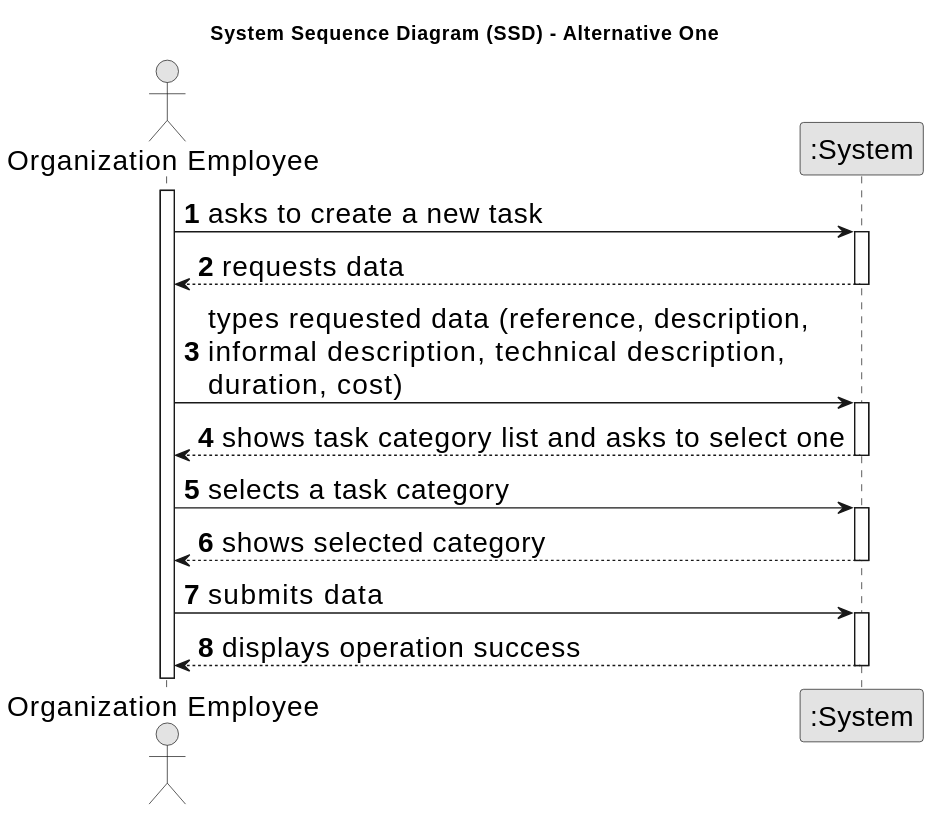
Earlier version of the PlantUML export docs/sprint01/us013/01.requirements-engineering/svg/us013-system-sequence-diagram-alternative-one.svg (TiagoMagalhaes1232507/Testando-projeto). Source of this version:
```plantuml
@startuml
skinparamlocked defaultFontSize 20
skinparam monochrome true
skinparam packageStyle rectangle
skinparam shadowing false

title System Sequence Diagram (SSD) - Alternative One

autonumber

actor "Organization Employee" as Employee
participant ":System" as System

activate Employee

    Employee -> System : asks to create a new task
    activate System

        System --> Employee : requests data
    deactivate System

    Employee -> System : types requested data (reference, description, \ninformal description, technical description,\nduration, cost)
    activate System

        System --> Employee : shows task category list and asks to select one
    deactivate System

    Employee -> System : selects a task category
    activate System

        System --> Employee : shows selected category
    deactivate System

    Employee -> System : submits data
    activate System

        System --> Employee : displays operation success
    deactivate System
@enduml
```
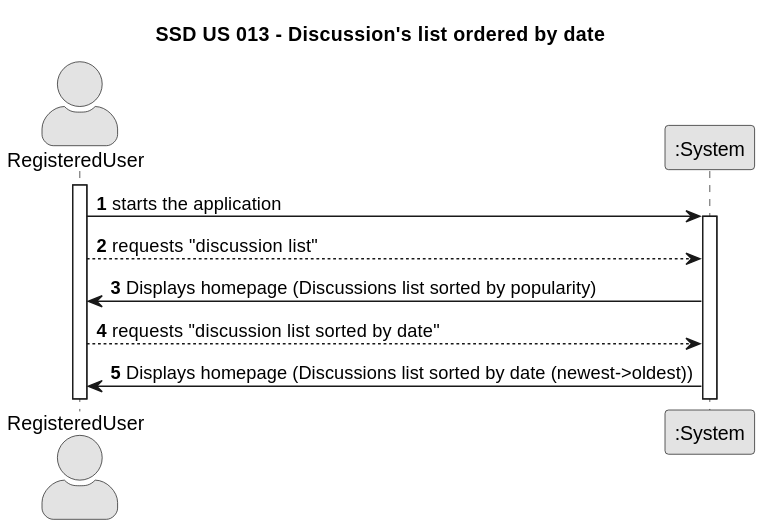
After the change.

The edit, as a diff of the source:
```diff
@@ -1,39 +1,24 @@
 @startuml
-skinparamlocked defaultFontSize 20
 skinparam monochrome true
 skinparam packageStyle rectangle
 skinparam shadowing false
+skinparam actorStyle awesome
 
-title System Sequence Diagram (SSD) - Alternative One
+title SSD US 013 - Discussion's list ordered by date
 
 autonumber
 
-actor "Organization Employee" as Employee
+actor "RegisteredUser" as User
 participant ":System" as System
 
-activate Employee
+activate User
 
-    Employee -> System : asks to create a new task
-    activate System
+  User -> System: starts the application
+  activate System
 
-        System --> Employee : requests data
-    deactivate System
+    User --> System: requests "discussion list"
+  System -> User: Displays homepage (Discussions list sorted by popularity)
 
-    Employee -> System : types requested data (reference, description, \ninformal description, technical description,\nduration, cost)
-    activate System
-
-        System --> Employee : shows task category list and asks to select one
-    deactivate System
-
-    Employee -> System : selects a task category
-    activate System
-
-        System --> Employee : shows selected category
-    deactivate System
-
-    Employee -> System : submits data
-    activate System
-
-        System --> Employee : displays operation success
-    deactivate System
+  User --> System: requests "discussion list sorted by date"
+  System -> User: Displays homepage (Discussions list sorted by date (newest->oldest))
 @enduml
```
